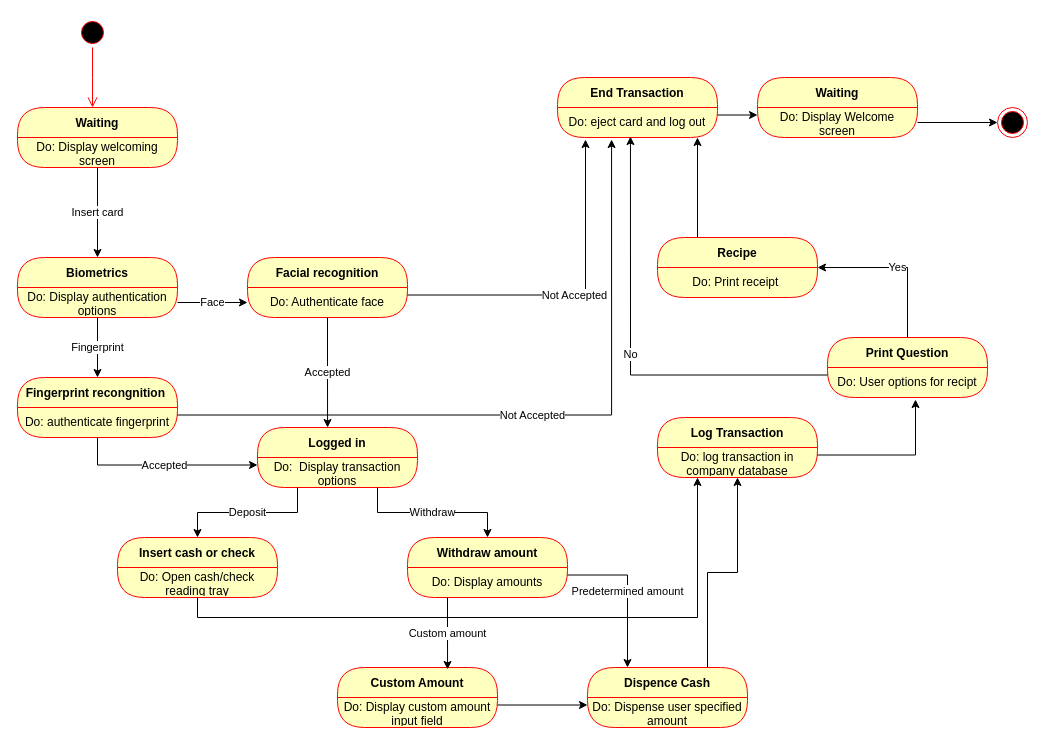
This is Untitled Diagram.drawio from sahej2501/FInal-Project, a draw.io file, before an edit. Source tidied: cells renumbered, new cells numbered last; positions are measured from the earlier drawing's top-left corner, leaving out a move shared by most shapes. Both pictures are drawn from the tidied source at 100%, with x=0, y=0 at pixel (17, 17).
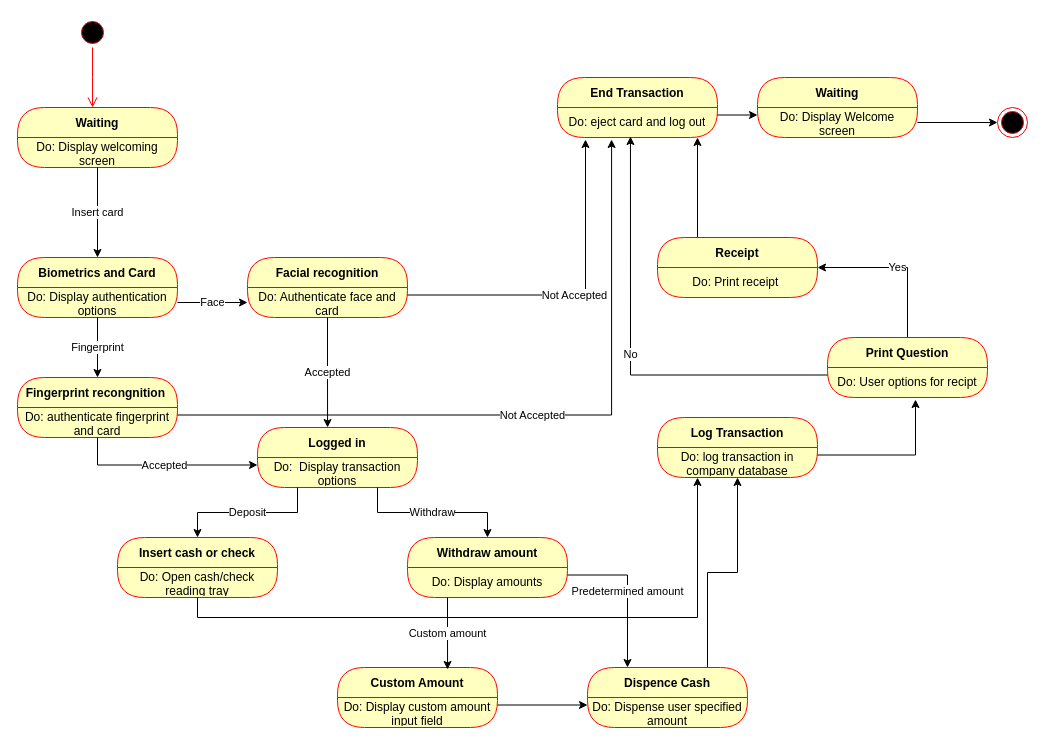
After the change.

The change refers to these unchanged cells:
```xml
<mxCell id="11" value="Facial recognition" style="swimlane;fontStyle=1;align=center;verticalAlign=middle;horizontal=1;startSize=30;fontColor=#000000;rounded=1;arcSize=30;strokeColor=#ff0000;fillColor=#ffffc0;swimlaneFillColor=#ffffc0;" parent="1" vertex="1">
  <mxGeometry x="230" y="240" width="160" height="60" as="geometry" />
</mxCell>
<mxCell id="13" value="Fingerprint recongnition " style="swimlane;fontStyle=1;align=center;verticalAlign=middle;horizontal=1;startSize=30;fontColor=#000000;rounded=1;arcSize=30;strokeColor=#ff0000;fillColor=#ffffc0;swimlaneFillColor=#ffffc0;" parent="1" vertex="1">
  <mxGeometry y="360" width="160" height="60" as="geometry" />
</mxCell>
```

What changed in the source:
```diff
@@
-    <mxCell id="6" value="Biometrics" style="swimlane;fontStyle=1;align=center;verticalAlign=middle;horizontal=1;startSize=30;fontColor=#000000;rounded=1;arcSize=30;strokeColor=#ff0000;fillColor=#ffffc0;swimlaneFillColor=#ffffc0;" parent="1" vertex="1">
+    <mxCell id="6" value="Biometrics and Card" style="swimlane;fontStyle=1;align=center;verticalAlign=middle;horizontal=1;startSize=30;fontColor=#000000;rounded=1;arcSize=30;strokeColor=#ff0000;fillColor=#ffffc0;swimlaneFillColor=#ffffc0;" parent="1" vertex="1">
       <mxGeometry y="240" width="160" height="60" as="geometry" />
     </mxCell>
@@
-    <mxCell id="12" value="Do: Authenticate face" style="text;html=1;strokeColor=none;fillColor=none;align=center;verticalAlign=middle;spacingLeft=4;spacingRight=4;whiteSpace=wrap;overflow=hidden;fontColor=#000000;" parent="11" vertex="1">
+    <mxCell id="12" value="Do: Authenticate face and card" style="text;html=1;strokeColor=none;fillColor=none;align=center;verticalAlign=middle;spacingLeft=4;spacingRight=4;whiteSpace=wrap;overflow=hidden;fontColor=#000000;" parent="11" vertex="1">
       <mxGeometry y="30" width="160" height="30" as="geometry" />
     </mxCell>
@@
-    <mxCell id="14" value="Do: authenticate fingerprint" style="text;html=1;strokeColor=none;fillColor=none;align=center;verticalAlign=middle;spacingLeft=4;spacingRight=4;whiteSpace=wrap;overflow=hidden;fontColor=#000000;" parent="13" vertex="1">
+    <mxCell id="14" value="Do: authenticate fingerprint and card" style="text;html=1;strokeColor=none;fillColor=none;align=center;verticalAlign=middle;spacingLeft=4;spacingRight=4;whiteSpace=wrap;overflow=hidden;fontColor=#000000;" parent="13" vertex="1">
       <mxGeometry y="30" width="160" height="30" as="geometry" />
     </mxCell>
@@
-    <mxCell id="51" value="Recipe" style="swimlane;fontStyle=1;align=center;verticalAlign=middle;horizontal=1;startSize=30;fontColor=#000000;rounded=1;arcSize=30;strokeColor=#ff0000;fillColor=#ffffc0;swimlaneFillColor=#ffffc0;" parent="1" vertex="1">
+    <mxCell id="51" value="Receipt" style="swimlane;fontStyle=1;align=center;verticalAlign=middle;horizontal=1;startSize=30;fontColor=#000000;rounded=1;arcSize=30;strokeColor=#ff0000;fillColor=#ffffc0;swimlaneFillColor=#ffffc0;" parent="1" vertex="1">
       <mxGeometry x="640" y="220" width="160" height="60" as="geometry" />
     </mxCell>
```
